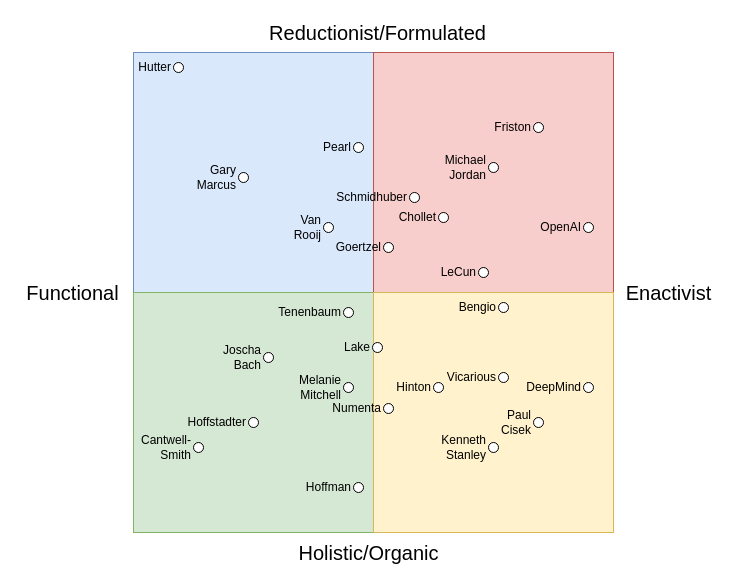
Above: agenda_tribe.drawio in codeaudit/1 (draw.io), before the change. Source tidied: cells renumbered, new cells numbered last; positions are measured from the earlier drawing's top-left corner, leaving out a move shared by most shapes. Both pictures are drawn from the tidied source at 100%, with x=0, y=0 at pixel (17, 17).
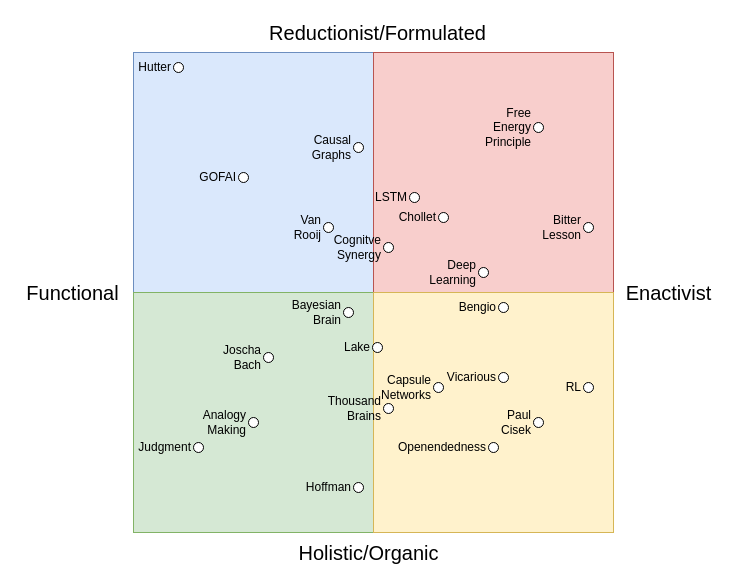
Above is the later version.

Change to the diagram source:
```diff
@@
-    <mxCell id="11" value="Numenta" style="ellipse;whiteSpace=wrap;html=1;fontSize=12;labelPosition=left;verticalLabelPosition=middle;align=right;verticalAlign=middle;" parent="1" vertex="1">
+    <mxCell id="11" value="Thousand&lt;br&gt;Brains" style="ellipse;whiteSpace=wrap;html=1;fontSize=12;labelPosition=left;verticalLabelPosition=middle;align=right;verticalAlign=middle;" parent="1" vertex="1">
       <mxGeometry x="366" y="386" width="10" height="10" as="geometry" />
     </mxCell>
-    <mxCell id="12" value="Gary&lt;br&gt;Marcus" style="ellipse;whiteSpace=wrap;html=1;fontSize=12;labelPosition=left;verticalLabelPosition=middle;align=right;verticalAlign=middle;" parent="1" vertex="1">
+    <mxCell id="12" value="GOFAI" style="ellipse;whiteSpace=wrap;html=1;fontSize=12;labelPosition=left;verticalLabelPosition=middle;align=right;verticalAlign=middle;" parent="1" vertex="1">
       <mxGeometry x="221" y="155" width="10" height="10" as="geometry" />
     </mxCell>
-    <mxCell id="13" value="LeCun" style="ellipse;whiteSpace=wrap;html=1;fontSize=12;labelPosition=left;verticalLabelPosition=middle;align=right;verticalAlign=middle;" parent="1" vertex="1">
+    <mxCell id="13" value="Deep Learning" style="ellipse;whiteSpace=wrap;html=1;fontSize=12;labelPosition=left;verticalLabelPosition=middle;align=right;verticalAlign=middle;" parent="1" vertex="1">
       <mxGeometry x="461" y="250" width="10" height="10" as="geometry" />
     </mxCell>
-    <mxCell id="14" value="Hinton" style="ellipse;whiteSpace=wrap;html=1;fontSize=12;labelPosition=left;verticalLabelPosition=middle;align=right;verticalAlign=middle;" parent="1" vertex="1">
+    <mxCell id="14" value="Capsule&lt;br&gt;Networks" style="ellipse;whiteSpace=wrap;html=1;fontSize=12;labelPosition=left;verticalLabelPosition=middle;align=right;verticalAlign=middle;" parent="1" vertex="1">
       <mxGeometry x="416" y="365" width="10" height="10" as="geometry" />
     </mxCell>
@@
-    <mxCell id="16" value="Schmidhuber" style="ellipse;whiteSpace=wrap;html=1;fontSize=12;labelPosition=left;verticalLabelPosition=middle;align=right;verticalAlign=middle;" parent="1" vertex="1">
+    <mxCell id="16" value="LSTM" style="ellipse;whiteSpace=wrap;html=1;fontSize=12;labelPosition=left;verticalLabelPosition=middle;align=right;verticalAlign=middle;" parent="1" vertex="1">
       <mxGeometry x="392" y="175" width="10" height="10" as="geometry" />
     </mxCell>
-    <mxCell id="17" value="Kenneth&lt;br&gt;Stanley" style="ellipse;whiteSpace=wrap;html=1;fontSize=12;labelPosition=left;verticalLabelPosition=middle;align=right;verticalAlign=middle;" parent="1" vertex="1">
+    <mxCell id="17" value="Openendedness" style="ellipse;whiteSpace=wrap;html=1;fontSize=12;labelPosition=left;verticalLabelPosition=middle;align=right;verticalAlign=middle;" parent="1" vertex="1">
       <mxGeometry x="471" y="425" width="10" height="10" as="geometry" />
     </mxCell>
-    <mxCell id="18" value="Melanie&lt;br&gt;Mitchell" style="ellipse;whiteSpace=wrap;html=1;fontSize=12;labelPosition=left;verticalLabelPosition=middle;align=right;verticalAlign=middle;" parent="1" vertex="1">
-      <mxGeometry x="326" y="365" width="10" height="10" as="geometry" />
-    </mxCell>
-    <mxCell id="19" value="Hoffstadter" style="ellipse;whiteSpace=wrap;html=1;fontSize=12;labelPosition=left;verticalLabelPosition=middle;align=right;verticalAlign=middle;" parent="1" vertex="1">
+    <mxCell id="19" value="Analogy&lt;br&gt;Making" style="ellipse;whiteSpace=wrap;html=1;fontSize=12;labelPosition=left;verticalLabelPosition=middle;align=right;verticalAlign=middle;" parent="1" vertex="1">
       <mxGeometry x="231" y="400" width="10" height="10" as="geometry" />
     </mxCell>
@@
-    <mxCell id="22" value="Goertzel" style="ellipse;whiteSpace=wrap;html=1;fontSize=12;labelPosition=left;verticalLabelPosition=middle;align=right;verticalAlign=middle;" parent="1" vertex="1">
+    <mxCell id="22" value="Cognitve Synergy" style="ellipse;whiteSpace=wrap;html=1;fontSize=12;labelPosition=left;verticalLabelPosition=middle;align=right;verticalAlign=middle;" parent="1" vertex="1">
       <mxGeometry x="366" y="225" width="10" height="10" as="geometry" />
     </mxCell>
-    <mxCell id="23" value="Pearl" style="ellipse;whiteSpace=wrap;html=1;fontSize=12;labelPosition=left;verticalLabelPosition=middle;align=right;verticalAlign=middle;" parent="1" vertex="1">
+    <mxCell id="23" value="Causal Graphs" style="ellipse;whiteSpace=wrap;html=1;fontSize=12;labelPosition=left;verticalLabelPosition=middle;align=right;verticalAlign=middle;" parent="1" vertex="1">
       <mxGeometry x="336" y="125" width="10" height="10" as="geometry" />
     </mxCell>
-    <mxCell id="24" value="OpenAI" style="ellipse;whiteSpace=wrap;html=1;fontSize=12;labelPosition=left;verticalLabelPosition=middle;align=right;verticalAlign=middle;" parent="1" vertex="1">
+    <mxCell id="24" value="Bitter Lesson" style="ellipse;whiteSpace=wrap;html=1;fontSize=12;labelPosition=left;verticalLabelPosition=middle;align=right;verticalAlign=middle;" parent="1" vertex="1">
       <mxGeometry x="566" y="205" width="10" height="10" as="geometry" />
     </mxCell>
-    <mxCell id="25" value="DeepMind" style="ellipse;whiteSpace=wrap;html=1;fontSize=12;labelPosition=left;verticalLabelPosition=middle;align=right;verticalAlign=middle;" parent="1" vertex="1">
+    <mxCell id="25" value="RL" style="ellipse;whiteSpace=wrap;html=1;fontSize=12;labelPosition=left;verticalLabelPosition=middle;align=right;verticalAlign=middle;" parent="1" vertex="1">
       <mxGeometry x="566" y="365" width="10" height="10" as="geometry" />
     </mxCell>
@@
-    <mxCell id="27" value="Cantwell-Smith" style="ellipse;whiteSpace=wrap;html=1;fontSize=12;labelPosition=left;verticalLabelPosition=middle;align=right;verticalAlign=middle;" parent="1" vertex="1">
+    <mxCell id="27" value="Judgment" style="ellipse;whiteSpace=wrap;html=1;fontSize=12;labelPosition=left;verticalLabelPosition=middle;align=right;verticalAlign=middle;" parent="1" vertex="1">
       <mxGeometry x="176" y="425" width="10" height="10" as="geometry" />
     </mxCell>
-    <mxCell id="28" value="Tenenbaum&lt;br&gt;" style="ellipse;whiteSpace=wrap;html=1;fontSize=12;labelPosition=left;verticalLabelPosition=middle;align=right;verticalAlign=middle;" parent="1" vertex="1">
+    <mxCell id="28" value="Bayesian&lt;br&gt;Brain" style="ellipse;whiteSpace=wrap;html=1;fontSize=12;labelPosition=left;verticalLabelPosition=middle;align=right;verticalAlign=middle;" parent="1" vertex="1">
       <mxGeometry x="326" y="290" width="10" height="10" as="geometry" />
     </mxCell>
-    <mxCell id="29" value="Michael&lt;br&gt;Jordan" style="ellipse;whiteSpace=wrap;html=1;fontSize=12;labelPosition=left;verticalLabelPosition=middle;align=right;verticalAlign=middle;" parent="1" vertex="1">
-      <mxGeometry x="471" y="145" width="10" height="10" as="geometry" />
-    </mxCell>
@@
-    <mxCell id="33" value="Friston" style="ellipse;whiteSpace=wrap;html=1;fontSize=12;labelPosition=left;verticalLabelPosition=middle;align=right;verticalAlign=middle;" parent="1" vertex="1">
+    <mxCell id="33" value="Free Energy Principle" style="ellipse;whiteSpace=wrap;html=1;fontSize=12;labelPosition=left;verticalLabelPosition=middle;align=right;verticalAlign=middle;" parent="1" vertex="1">
       <mxGeometry x="516" y="105" width="10" height="10" as="geometry" />
     </mxCell>
```
